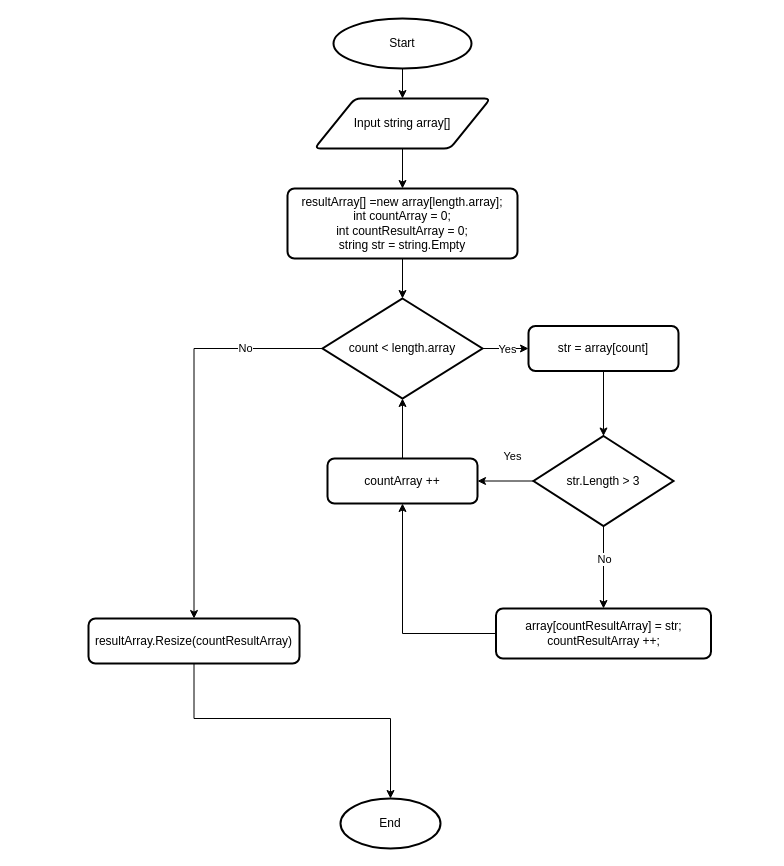
Above: ResultBlock_ChoosSpec/ВыборкаЭлементовМассиваПоКоличествуСимволов.drawio in KatchiK/GB_ControlWorks (draw.io), before the change. Source tidied: cells renumbered, new cells numbered last; positions are measured from the earlier drawing's top-left corner, leaving out a move shared by most shapes. Both pictures are drawn from the tidied source at 100%, with x=0, y=0 at pixel (88, 18).
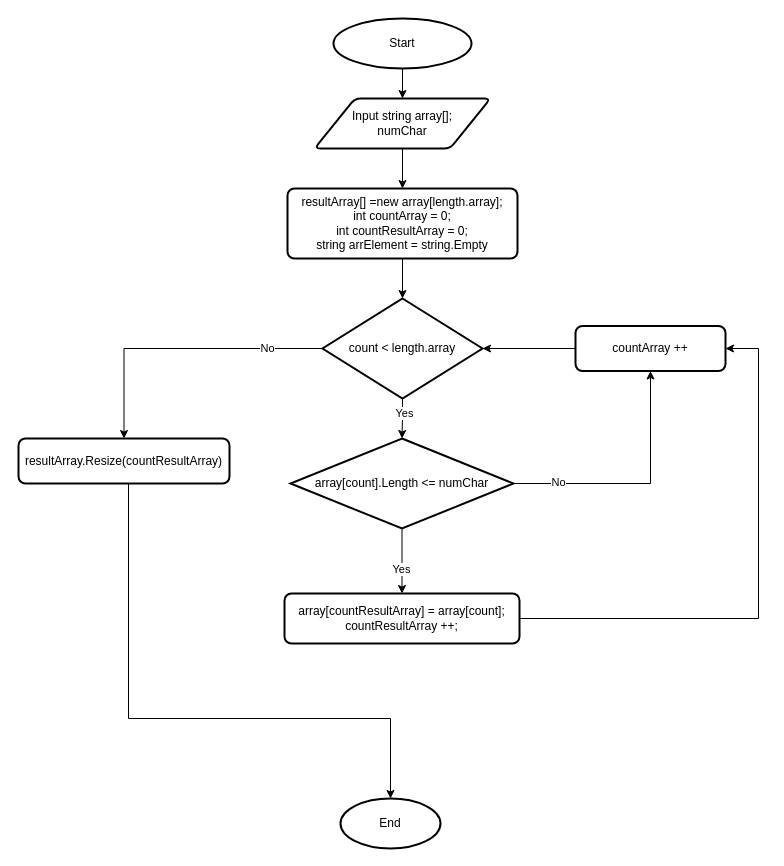
Above is the later version.

The change refers to these unchanged cells:
```xml
<mxCell id="4" value="End" style="strokeWidth=2;html=1;shape=mxgraph.flowchart.start_1;whiteSpace=wrap;" parent="1" vertex="1">
  <mxGeometry x="252" y="780" width="100" height="50" as="geometry" />
</mxCell>
<mxCell id="11" value="count &amp;lt; length.array" style="strokeWidth=2;html=1;shape=mxgraph.flowchart.decision;whiteSpace=wrap;" parent="1" vertex="1">
  <mxGeometry x="234" y="280" width="160" height="100" as="geometry" />
</mxCell>
```

Change to the diagram source:
```diff
@@
-    <mxCell id="6" value="Input string array[]" style="shape=parallelogram;html=1;strokeWidth=2;perimeter=parallelogramPerimeter;whiteSpace=wrap;rounded=1;arcSize=12;size=0.23;" parent="1" vertex="1">
+    <mxCell id="6" value="Input string array[];&lt;br&gt;numChar" style="shape=parallelogram;html=1;strokeWidth=2;perimeter=parallelogramPerimeter;whiteSpace=wrap;rounded=1;arcSize=12;size=0.23;" parent="1" vertex="1">
       <mxGeometry x="226" y="80" width="176" height="50" as="geometry" />
     </mxCell>
-    <mxCell id="7" style="edgeStyle=orthogonalEdgeStyle;rounded=0;jettySize=auto;html=1;" parent="1" edge="1" source="11" target="15">
-      <mxGeometry relative="1" as="geometry" />
-    </mxCell>
-    <mxCell id="8" value="Yes" style="edgeLabel;html=1;align=center;verticalAlign=middle;" parent="7" vertex="1">
-      <mxGeometry x="-0.81" y="2" relative="1" as="geometry">
-        <mxPoint x="20" y="2" as="offset" />
-      </mxGeometry>
-    </mxCell>
@@
+    <mxCell id="27" style="edgeStyle=orthogonalEdgeStyle;rounded=0;jettySize=auto;html=1;" parent="1" edge="1" source="11" target="20">
+      <mxGeometry relative="1" as="geometry" />
+    </mxCell>
+    <mxCell id="28" value="Yes" style="edgeLabel;html=1;align=center;verticalAlign=middle;" parent="27" vertex="1">
+      <mxGeometry x="-0.3" y="1" relative="1" as="geometry" />
+    </mxCell>
@@
-    <mxCell id="13" value="resultArray[] =new array[length.array];&lt;br&gt;int countArray = 0;&lt;br&gt;int countResultArray&amp;nbsp;= 0;&lt;br&gt;string str = string.Empty" style="rounded=1;whiteSpace=wrap;html=1;absoluteArcSize=1;arcSize=14;strokeWidth=2;" parent="1" vertex="1">
+    <mxCell id="13" value="resultArray[] =new array[length.array];&lt;br&gt;int countArray = 0;&lt;br&gt;int countResultArray&amp;nbsp;= 0;&lt;br&gt;string&amp;nbsp;arrElement&amp;nbsp;&lt;span style=&quot;background-color: initial;&quot;&gt;= string.Empty&lt;/span&gt;" style="rounded=1;whiteSpace=wrap;html=1;absoluteArcSize=1;arcSize=14;strokeWidth=2;" parent="1" vertex="1">
       <mxGeometry x="199" y="170" width="230" height="70" as="geometry" />
     </mxCell>
-    <mxCell id="14" style="edgeStyle=orthogonalEdgeStyle;rounded=0;jettySize=auto;html=1;" parent="1" edge="1" source="15" target="20">
-      <mxGeometry relative="1" as="geometry" />
-    </mxCell>
-    <mxCell id="15" value="str = array[count]" style="rounded=1;whiteSpace=wrap;html=1;absoluteArcSize=1;arcSize=14;strokeWidth=2;" parent="1" vertex="1">
-      <mxGeometry x="440" y="307.5" width="150" height="45" as="geometry" />
-    </mxCell>
+    <mxCell id="18" style="edgeStyle=orthogonalEdgeStyle;rounded=0;jettySize=auto;html=1;" parent="1" edge="1" source="20" target="22">
+      <mxGeometry relative="1" as="geometry" />
+    </mxCell>
+    <mxCell id="29" value="Yes" style="edgeLabel;html=1;align=center;verticalAlign=middle;" parent="18" vertex="1">
+      <mxGeometry x="0.24" y="-1" relative="1" as="geometry" />
+    </mxCell>
-    <mxCell id="16" style="edgeStyle=orthogonalEdgeStyle;rounded=0;jettySize=auto;html=1;exitX=0;exitY=0.5;exitDx=0;exitDy=0;exitPerimeter=0;entryX=1;entryY=0.5;entryDx=0;entryDy=0;" parent="1" edge="1" source="20" target="24">
+    <mxCell id="16" style="edgeStyle=orthogonalEdgeStyle;rounded=0;jettySize=auto;html=1;entryX=0.5;entryY=1;entryDx=0;entryDy=0;" parent="1" edge="1" source="20" target="24">
       <mxGeometry relative="1" as="geometry">
         <Array as="points">
-          <mxPoint x="450" y="463" />
-          <mxPoint x="450" y="463" />
+          <mxPoint x="562" y="465" />
         </Array>
       </mxGeometry>
     </mxCell>
-    <mxCell id="17" value="Yes" style="edgeLabel;html=1;align=center;verticalAlign=middle;" parent="16" vertex="1">
-      <mxGeometry x="-0.75" relative="1" as="geometry">
-        <mxPoint x="-24" y="-25" as="offset" />
-      </mxGeometry>
-    </mxCell>
-    <mxCell id="18" style="edgeStyle=orthogonalEdgeStyle;rounded=0;jettySize=auto;html=1;" parent="1" edge="1" source="20" target="22">
-      <mxGeometry relative="1" as="geometry" />
-    </mxCell>
-    <mxCell id="19" value="No" style="edgeLabel;html=1;align=center;verticalAlign=middle;" parent="18" vertex="1">
-      <mxGeometry x="0.31" relative="1" as="geometry">
-        <mxPoint y="-21" as="offset" />
-      </mxGeometry>
+    <mxCell id="19" value="No" style="edgeLabel;html=1;align=center;verticalAlign=middle;" parent="16" vertex="1">
+      <mxGeometry x="-0.65" y="2" relative="1" as="geometry" />
     </mxCell>
-    <mxCell id="20" value="str.Length &amp;gt; 3" style="strokeWidth=2;html=1;shape=mxgraph.flowchart.decision;whiteSpace=wrap;" parent="1" vertex="1">
-      <mxGeometry x="445" y="417.5" width="140" height="90" as="geometry" />
+    <mxCell id="20" value="array[count].Length &amp;lt;= numChar" style="strokeWidth=2;html=1;shape=mxgraph.flowchart.decision;whiteSpace=wrap;" parent="1" vertex="1">
+      <mxGeometry x="202" y="420" width="223" height="90" as="geometry" />
     </mxCell>
-    <mxCell id="21" style="edgeStyle=orthogonalEdgeStyle;rounded=0;jettySize=auto;html=1;entryX=0.5;entryY=1;entryDx=0;entryDy=0;" parent="1" edge="1" source="22" target="24">
-      <mxGeometry relative="1" as="geometry" />
+    <mxCell id="21" style="edgeStyle=orthogonalEdgeStyle;rounded=0;jettySize=auto;html=1;entryX=1;entryY=0.5;entryDx=0;entryDy=0;" parent="1" edge="1" source="22" target="24">
+      <mxGeometry relative="1" as="geometry">
+        <Array as="points">
+          <mxPoint x="670" y="600" />
+          <mxPoint x="670" y="330" />
+        </Array>
+      </mxGeometry>
     </mxCell>
-    <mxCell id="22" value="array[countResultArray] = str;&lt;br&gt;countResultArray ++;" style="rounded=1;whiteSpace=wrap;html=1;absoluteArcSize=1;arcSize=14;strokeWidth=2;" parent="1" vertex="1">
-      <mxGeometry x="407.5" y="590" width="215" height="50" as="geometry" />
+    <mxCell id="22" value="array[countResultArray] = array[count]&lt;span style=&quot;background-color: initial;&quot;&gt;;&lt;/span&gt;&lt;br&gt;countResultArray ++;" style="rounded=1;whiteSpace=wrap;html=1;absoluteArcSize=1;arcSize=14;strokeWidth=2;" parent="1" vertex="1">
+      <mxGeometry x="196" y="575" width="235" height="50" as="geometry" />
     </mxCell>
-    <mxCell id="23" style="edgeStyle=orthogonalEdgeStyle;rounded=0;jettySize=auto;html=1;exitX=0.5;exitY=0;exitDx=0;exitDy=0;entryX=0.5;entryY=1;entryDx=0;entryDy=0;entryPerimeter=0;" parent="1" edge="1" source="24" target="11">
+    <mxCell id="23" style="edgeStyle=orthogonalEdgeStyle;rounded=0;jettySize=auto;html=1;exitX=0;exitY=0.5;exitDx=0;exitDy=0;entryX=1;entryY=0.5;entryDx=0;entryDy=0;entryPerimeter=0;" parent="1" edge="1" source="24" target="11">
       <mxGeometry relative="1" as="geometry" />
     </mxCell>
     <mxCell id="24" value="countArray ++" style="rounded=1;whiteSpace=wrap;html=1;absoluteArcSize=1;arcSize=14;strokeWidth=2;" parent="1" vertex="1">
-      <mxGeometry x="239" y="440" width="150" height="45" as="geometry" />
+      <mxGeometry x="487" y="307.5" width="150" height="45" as="geometry" />
     </mxCell>
     <mxCell id="25" style="edgeStyle=orthogonalEdgeStyle;rounded=0;jettySize=auto;html=1;entryX=0.5;entryY=0;entryDx=0;entryDy=0;entryPerimeter=0;" parent="1" edge="1" source="26" target="4">
       <mxGeometry relative="1" as="geometry">
         <Array as="points">
-          <mxPoint x="105" y="700" />
+          <mxPoint x="40" y="700" />
           <mxPoint x="302" y="700" />
         </Array>
       </mxGeometry>
     </mxCell>
     <mxCell id="26" value="resultArray.Resize(countResultArray)" style="rounded=1;whiteSpace=wrap;html=1;absoluteArcSize=1;arcSize=14;strokeWidth=2;" parent="1" vertex="1">
-      <mxGeometry y="600" width="211" height="45" as="geometry" />
+      <mxGeometry x="-70" y="420" width="211" height="45" as="geometry" />
     </mxCell>
```
